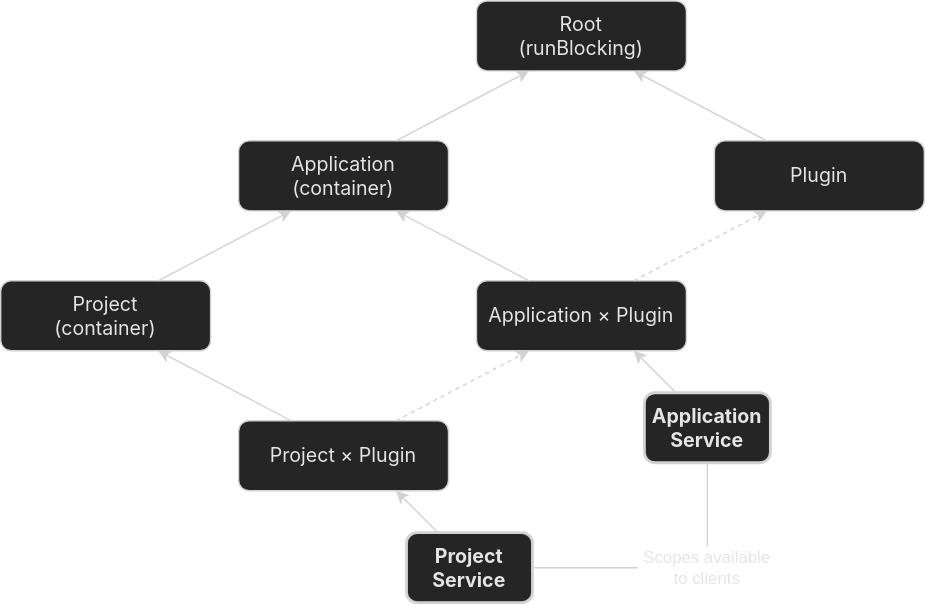
Above: images/basics/architectural_overview/coroutines/intellij_platform_coroutine_scopes_dark.svg in JetBrains/intellij-sdk-docs (draw.io), before the change. Source tidied: cells renumbered, new cells last; positions are measured from the earlier drawing's top-left corner, leaving out a move shared by most shapes.
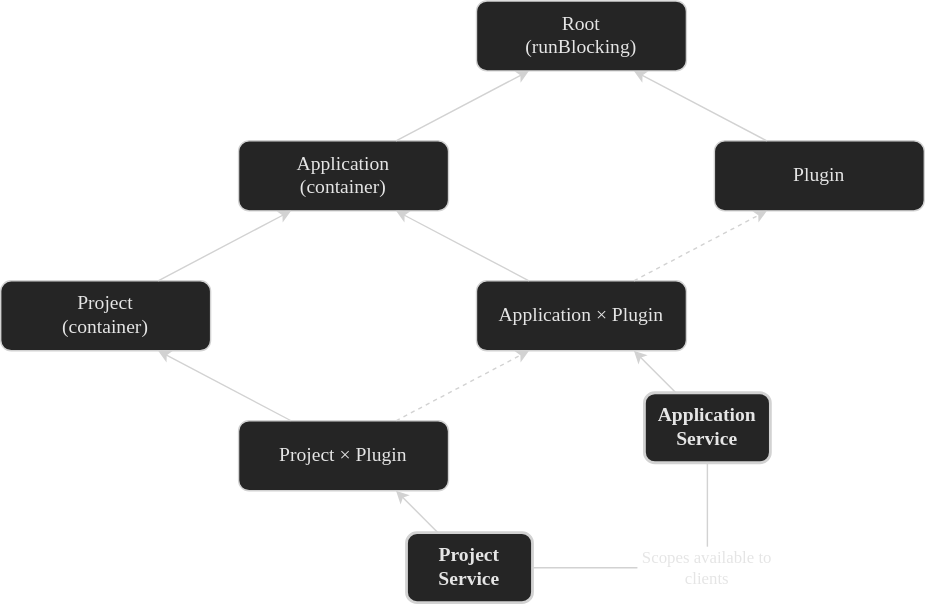
The same diagram one commit later.

Commit message:
Set JetBrains Sans font for coroutine scopes diagram

What changed in the source:
```diff
@@ -2,13 +2,13 @@
   <root>
     <mxCell id="0" />
     <mxCell id="1" parent="0" />
-    <mxCell id="2" value="&lt;font style=&quot;font-size: 14px;&quot;&gt;Root&lt;br style=&quot;font-size: 14px;&quot;&gt;(runBlocking)&lt;/font&gt;" style="rounded=1;whiteSpace=wrap;html=1;fontSize=14;fillColor=#252525;fontFamily=Inter;fontSource=https%3A%2F%2Ffonts.googleapis.com%2Fcss%3Ffamily%3DInter;fontColor=#E5E5E5;strokeColor=#d2d2d2;" parent="1" vertex="1">
+    <mxCell id="2" value="&lt;font style=&quot;font-size: 14px;&quot;&gt;Root&lt;br style=&quot;font-size: 14px;&quot;&gt;(runBlocking)&lt;/font&gt;" style="rounded=1;whiteSpace=wrap;html=1;fontSize=14;fillColor=#252525;fontFamily=JetBrains Sans;fontColor=#E5E5E5;strokeColor=#d2d2d2;" parent="1" vertex="1">
       <mxGeometry x="340" width="150" height="50" as="geometry" />
     </mxCell>
-    <mxCell id="3" value="Application&lt;br style=&quot;font-size: 14px;&quot;&gt;(container)" style="rounded=1;whiteSpace=wrap;html=1;fontSize=14;fillColor=#252525;fontFamily=Inter;fontSource=https%3A%2F%2Ffonts.googleapis.com%2Fcss%3Ffamily%3DInter;fontColor=#E5E5E5;strokeColor=#d2d2d2;" parent="1" vertex="1">
+    <mxCell id="3" value="Application&lt;br style=&quot;font-size: 14px;&quot;&gt;(container)" style="rounded=1;whiteSpace=wrap;html=1;fontSize=14;fillColor=#252525;fontFamily=JetBrains Sans;fontColor=#E5E5E5;strokeColor=#d2d2d2;" parent="1" vertex="1">
       <mxGeometry x="170" y="100" width="150" height="50" as="geometry" />
     </mxCell>
-    <mxCell id="4" value="Project&lt;br style=&quot;font-size: 14px;&quot;&gt;(container)" style="rounded=1;whiteSpace=wrap;html=1;fontSize=14;fillColor=#252525;fontFamily=Inter;fontSource=https%3A%2F%2Ffonts.googleapis.com%2Fcss%3Ffamily%3DInter;fontColor=#E5E5E5;strokeColor=#d2d2d2;" parent="1" vertex="1">
+    <mxCell id="4" value="Project&lt;br style=&quot;font-size: 14px;&quot;&gt;(container)" style="rounded=1;whiteSpace=wrap;html=1;fontSize=14;fillColor=#252525;fontFamily=JetBrains Sans;fontColor=#E5E5E5;strokeColor=#d2d2d2;" parent="1" vertex="1">
       <mxGeometry y="200" width="150" height="50" as="geometry" />
     </mxCell>
     <mxCell id="5" style="endArrow=classic;html=1;rounded=0;exitX=0.75;exitY=0;exitDx=0;exitDy=0;entryX=0.25;entryY=1;entryDx=0;entryDy=0;fontFamily=Inter;fontSource=https%3A%2F%2Ffonts.googleapis.com%2Fcss%3Ffamily%3DInter;fontColor=#19191c;strokeColor=#D2D2D2;" parent="1" edge="1" source="3" target="2">
@@ -17,16 +17,16 @@
     <mxCell id="6" style="endArrow=classic;html=1;rounded=0;exitX=0.75;exitY=0;exitDx=0;exitDy=0;entryX=0.25;entryY=1;entryDx=0;entryDy=0;fontFamily=Inter;fontSource=https%3A%2F%2Ffonts.googleapis.com%2Fcss%3Ffamily%3DInter;fontColor=#19191c;strokeColor=#D2D2D2;" parent="1" edge="1" source="4" target="3">
       <mxGeometry relative="1" as="geometry" />
     </mxCell>
-    <mxCell id="7" value="Plugin" style="rounded=1;whiteSpace=wrap;html=1;fontSize=14;fillColor=#252525;fontFamily=Inter;fontSource=https%3A%2F%2Ffonts.googleapis.com%2Fcss%3Ffamily%3DInter;fontColor=#E5E5E5;strokeColor=#d2d2d2;" parent="1" vertex="1">
+    <mxCell id="7" value="Plugin" style="rounded=1;whiteSpace=wrap;html=1;fontSize=14;fillColor=#252525;fontFamily=JetBrains Sans;fontColor=#E5E5E5;strokeColor=#d2d2d2;" parent="1" vertex="1">
       <mxGeometry x="510" y="100" width="150" height="50" as="geometry" />
     </mxCell>
     <mxCell id="8" style="endArrow=classic;html=1;rounded=0;exitX=0.25;exitY=0;exitDx=0;exitDy=0;entryX=0.75;entryY=1;entryDx=0;entryDy=0;fontFamily=Inter;fontSource=https%3A%2F%2Ffonts.googleapis.com%2Fcss%3Ffamily%3DInter;fontColor=#19191c;strokeColor=#D2D2D2;" parent="1" edge="1" source="7" target="2">
       <mxGeometry relative="1" as="geometry" />
     </mxCell>
-    <mxCell id="9" value="&lt;font&gt;Application&amp;nbsp;&lt;/font&gt;×&lt;font&gt;&amp;nbsp;Plugin&lt;/font&gt;" style="rounded=1;whiteSpace=wrap;html=1;fontSize=14;fillColor=#252525;fontFamily=Inter;fontSource=https%3A%2F%2Ffonts.googleapis.com%2Fcss%3Ffamily%3DInter;fontColor=#E5E5E5;strokeColor=#d2d2d2;" parent="1" vertex="1">
+    <mxCell id="9" value="&lt;font&gt;Application&amp;nbsp;&lt;/font&gt;×&lt;font&gt;&amp;nbsp;Plugin&lt;/font&gt;" style="rounded=1;whiteSpace=wrap;html=1;fontSize=14;fillColor=#252525;fontFamily=JetBrains Sans;fontColor=#E5E5E5;strokeColor=#d2d2d2;" parent="1" vertex="1">
       <mxGeometry x="340" y="200" width="150" height="50" as="geometry" />
     </mxCell>
-    <mxCell id="10" value="&lt;font&gt;Project&amp;nbsp;&lt;/font&gt;×&lt;font&gt;&amp;nbsp;Plugin&lt;/font&gt;" style="rounded=1;whiteSpace=wrap;html=1;fontSize=14;fillColor=#252525;fontFamily=Inter;fontSource=https%3A%2F%2Ffonts.googleapis.com%2Fcss%3Ffamily%3DInter;fontColor=#E5E5E5;strokeColor=#d2d2d2;" parent="1" vertex="1">
+    <mxCell id="10" value="&lt;font&gt;Project&amp;nbsp;&lt;/font&gt;×&lt;font&gt;&amp;nbsp;Plugin&lt;/font&gt;" style="rounded=1;whiteSpace=wrap;html=1;fontSize=14;fillColor=#252525;fontFamily=JetBrains Sans;fontColor=#E5E5E5;strokeColor=#d2d2d2;" parent="1" vertex="1">
       <mxGeometry x="170" y="300" width="150" height="50" as="geometry" />
     </mxCell>
     <mxCell id="11" style="endArrow=classic;html=1;rounded=0;exitX=0.75;exitY=0;exitDx=0;exitDy=0;entryX=0.25;entryY=1;entryDx=0;entryDy=0;dashed=1;fontFamily=Inter;fontSource=https%3A%2F%2Ffonts.googleapis.com%2Fcss%3Ffamily%3DInter;fontColor=#19191c;strokeColor=#D2D2D2;" parent="1" edge="1" source="10" target="9">
@@ -41,10 +41,10 @@
     <mxCell id="14" style="endArrow=classic;html=1;rounded=0;exitX=0.25;exitY=0;exitDx=0;exitDy=0;entryX=0.75;entryY=1;entryDx=0;entryDy=0;fontFamily=Inter;fontSource=https%3A%2F%2Ffonts.googleapis.com%2Fcss%3Ffamily%3DInter;fontColor=#19191c;strokeColor=#D2D2D2;" parent="1" edge="1" source="9" target="3">
       <mxGeometry relative="1" as="geometry" />
     </mxCell>
-    <mxCell id="15" value="Project&lt;br&gt;Service" style="rounded=1;whiteSpace=wrap;html=1;fontSize=14;fillColor=#252525;fontFamily=Inter;fontSource=https%3A%2F%2Ffonts.googleapis.com%2Fcss%3Ffamily%3DInter;fontColor=#E5E5E5;strokeColor=#d2d2d2;strokeWidth=2;fontStyle=1;" parent="1" vertex="1">
+    <mxCell id="15" value="Project&lt;br&gt;Service" style="rounded=1;whiteSpace=wrap;html=1;fontSize=14;fillColor=#252525;fontFamily=JetBrains Sans;fontColor=#E5E5E5;strokeColor=#d2d2d2;strokeWidth=2;fontStyle=1;" parent="1" vertex="1">
       <mxGeometry x="290" y="380" width="90" height="50" as="geometry" />
     </mxCell>
-    <mxCell id="16" value="Application&lt;br&gt;Service" style="rounded=1;whiteSpace=wrap;html=1;fontSize=14;fillColor=#252525;fontFamily=Inter;fontSource=https%3A%2F%2Ffonts.googleapis.com%2Fcss%3Ffamily%3DInter;fontColor=#E5E5E5;strokeColor=#d2d2d2;strokeWidth=2;fontStyle=1;" parent="1" vertex="1">
+    <mxCell id="16" value="Application&lt;br&gt;Service" style="rounded=1;whiteSpace=wrap;html=1;fontSize=14;fillColor=#252525;fontFamily=JetBrains Sans;fontColor=#E5E5E5;strokeColor=#d2d2d2;strokeWidth=2;fontStyle=1;" parent="1" vertex="1">
       <mxGeometry x="460" y="280" width="90" height="50" as="geometry" />
     </mxCell>
     <mxCell id="17" style="endArrow=classic;html=1;rounded=0;exitX=0.25;exitY=0;exitDx=0;exitDy=0;entryX=0.75;entryY=1;entryDx=0;entryDy=0;strokeColor=#D2D2D2;" parent="1" edge="1" source="15" target="10">
@@ -53,7 +53,7 @@
     <mxCell id="18" style="endArrow=classic;html=1;rounded=0;exitX=0.25;exitY=0;exitDx=0;exitDy=0;entryX=0.75;entryY=1;entryDx=0;entryDy=0;strokeColor=#D2D2D2;" parent="1" edge="1" source="16" target="9">
       <mxGeometry relative="1" as="geometry" />
     </mxCell>
-    <mxCell id="19" value="Scopes available to clients" style="text;html=1;align=center;verticalAlign=middle;whiteSpace=wrap;rounded=0;fontColor=#e5e5e5;" parent="1" vertex="1">
+    <mxCell id="19" value="Scopes available to clients" style="text;html=1;align=center;verticalAlign=middle;whiteSpace=wrap;rounded=0;fontColor=#e5e5e5;fontFamily=JetBrains Sans;" parent="1" vertex="1">
       <mxGeometry x="455" y="390" width="100" height="30" as="geometry" />
     </mxCell>
     <mxCell id="20" style="endArrow=none;html=1;rounded=0;exitX=1;exitY=0.5;exitDx=0;exitDy=0;entryX=0;entryY=0.5;entryDx=0;entryDy=0;strokeColor=#d2d2d2;" parent="1" edge="1" target="19">
```
